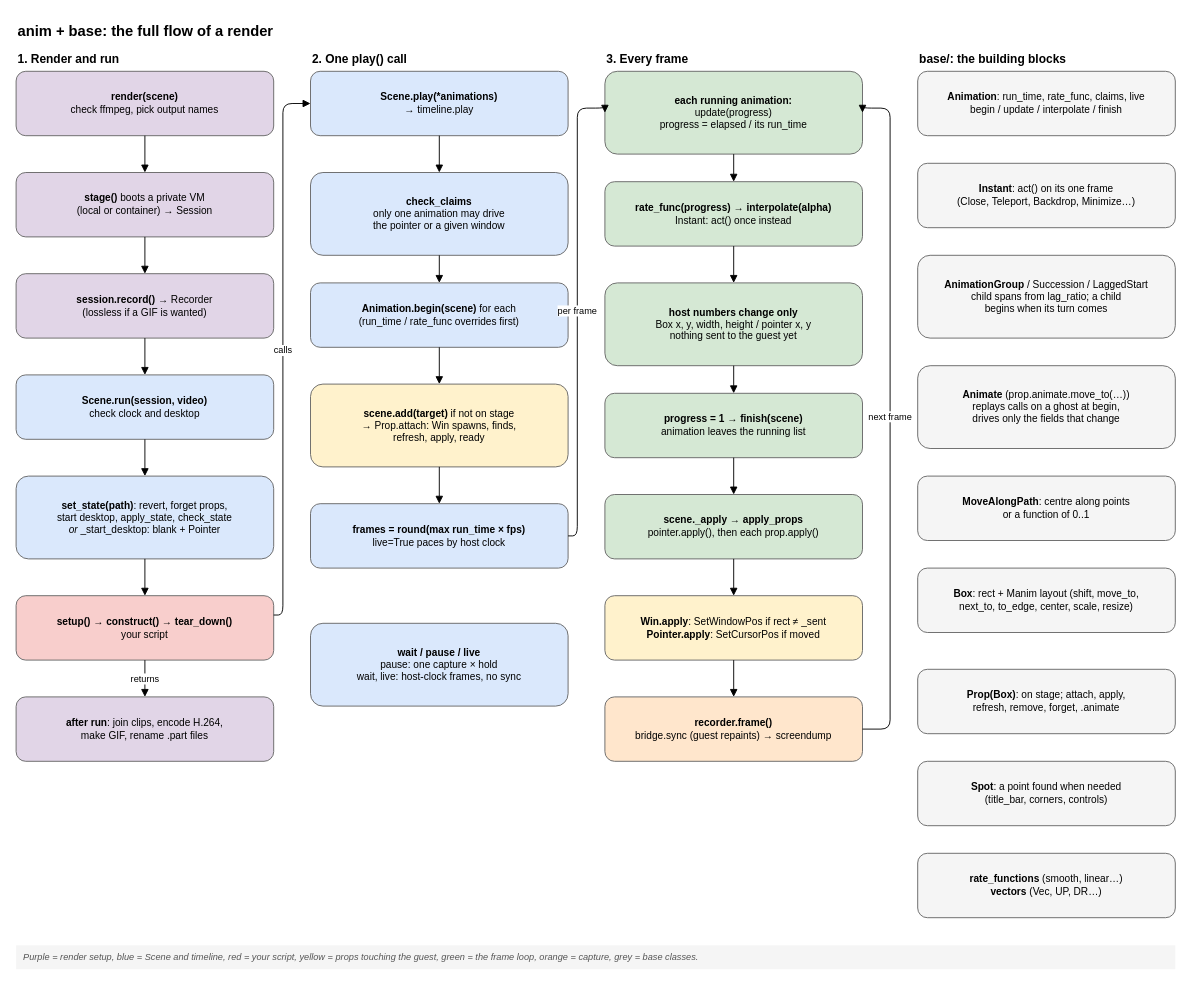
Above: page "anim + base: full flow" (2 of 10) of docs/diagrams/function-tree.drawio in StanLukuvka/98artware (draw.io), before the change. Source tidied: cells renumbered, new cells numbered last; positions are measured from the earlier drawing's top-left corner, leaving out a move shared by most shapes. Both pictures are drawn from the tidied source at 92%, with x=0, y=0 at pixel (16, 16).
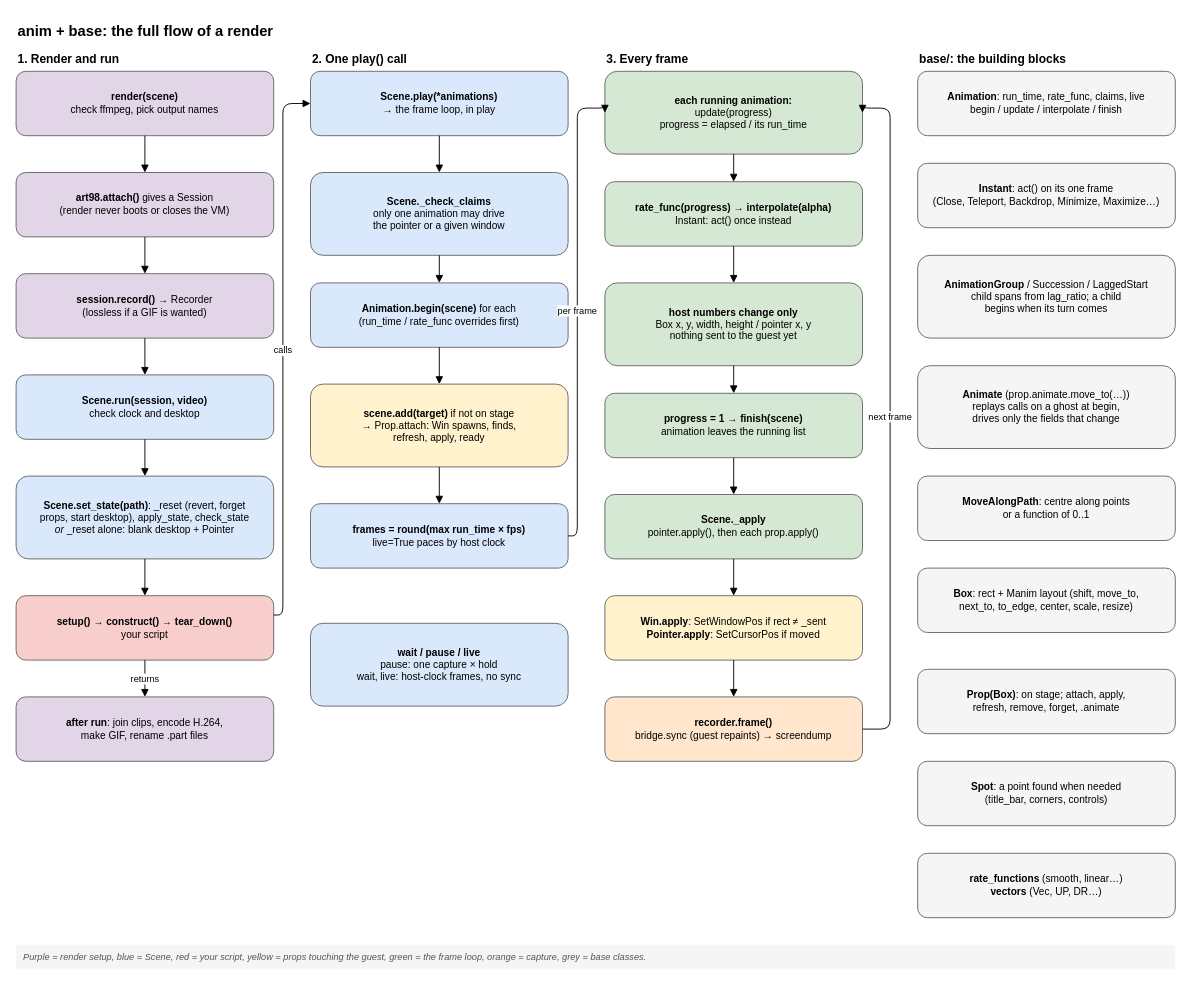
After the change.

Diff of the diagram source:
```diff
@@
-    <mxCell id="4" value="&lt;b&gt;stage()&lt;/b&gt; boots a private VM&lt;br&gt;(local or container) → Session" style="rounded=1;whiteSpace=wrap;html=1;fillColor=#e1d5e7;strokeColor=#666666;fontSize=11;" parent="1" vertex="1">
+    <mxCell id="4" value="&lt;b&gt;art98.attach()&lt;/b&gt; gives a Session&lt;br&gt;(render never boots or closes the VM)" style="rounded=1;whiteSpace=wrap;html=1;fillColor=#e1d5e7;strokeColor=#666666;fontSize=11;" parent="1" vertex="1">
       <mxGeometry y="170" width="280" height="70" as="geometry" />
     </mxCell>
@@
-    <mxCell id="7" value="&lt;b&gt;set_state(path)&lt;/b&gt;: revert, forget props,&lt;br&gt;start desktop, apply_state, check_state&lt;br&gt;&lt;i&gt;or&lt;/i&gt; _start_desktop: blank + Pointer" style="rounded=1;whiteSpace=wrap;html=1;fillColor=#dae8fc;strokeColor=#666666;fontSize=11;" parent="1" vertex="1">
+    <mxCell id="7" value="&lt;b&gt;Scene.set_state(path)&lt;/b&gt;: _reset (revert, forget&lt;br&gt;props, start desktop), apply_state, check_state&lt;br&gt;&lt;i&gt;or&lt;/i&gt; _reset alone: blank desktop + Pointer" style="rounded=1;whiteSpace=wrap;html=1;fillColor=#dae8fc;strokeColor=#666666;fontSize=11;" parent="1" vertex="1">
       <mxGeometry y="500" width="280" height="90" as="geometry" />
     </mxCell>
@@
-    <mxCell id="10" value="&lt;b&gt;Scene.play(*animations)&lt;/b&gt;&lt;br&gt;→ timeline.play" style="rounded=1;whiteSpace=wrap;html=1;fillColor=#dae8fc;strokeColor=#666666;fontSize=11;" parent="1" vertex="1">
+    <mxCell id="10" value="&lt;b&gt;Scene.play(*animations)&lt;/b&gt;&lt;br&gt;→ the frame loop, in play" style="rounded=1;whiteSpace=wrap;html=1;fillColor=#dae8fc;strokeColor=#666666;fontSize=11;" parent="1" vertex="1">
       <mxGeometry x="320" y="60" width="280" height="70" as="geometry" />
     </mxCell>
-    <mxCell id="11" value="&lt;b&gt;check_claims&lt;/b&gt;&lt;br&gt;only one animation may drive&lt;br&gt;the pointer or a given window" style="rounded=1;whiteSpace=wrap;html=1;fillColor=#dae8fc;strokeColor=#666666;fontSize=11;" parent="1" vertex="1">
+    <mxCell id="11" value="&lt;b&gt;Scene._check_claims&lt;/b&gt;&lt;br&gt;only one animation may drive&lt;br&gt;the pointer or a given window" style="rounded=1;whiteSpace=wrap;html=1;fillColor=#dae8fc;strokeColor=#666666;fontSize=11;" parent="1" vertex="1">
       <mxGeometry x="320" y="170" width="280" height="90" as="geometry" />
     </mxCell>
@@
-    <mxCell id="20" value="&lt;b&gt;scene._apply → apply_props&lt;/b&gt;&lt;br&gt;pointer.apply(), then each prop.apply()" style="rounded=1;whiteSpace=wrap;html=1;fillColor=#d5e8d4;strokeColor=#666666;fontSize=11;" parent="1" vertex="1">
+    <mxCell id="20" value="&lt;b&gt;Scene._apply&lt;/b&gt;&lt;br&gt;pointer.apply(), then each prop.apply()" style="rounded=1;whiteSpace=wrap;html=1;fillColor=#d5e8d4;strokeColor=#666666;fontSize=11;" parent="1" vertex="1">
       <mxGeometry x="640" y="520" width="280" height="70" as="geometry" />
     </mxCell>
@@
-    <mxCell id="24" value="&lt;b&gt;Instant&lt;/b&gt;: act() on its one frame&lt;br&gt;(Close, Teleport, Backdrop, Minimize…)" style="rounded=1;whiteSpace=wrap;html=1;fillColor=#f5f5f5;strokeColor=#666666;fontSize=11;" parent="1" vertex="1">
+    <mxCell id="24" value="&lt;b&gt;Instant&lt;/b&gt;: act() on its one frame&lt;br&gt;(Close, Teleport, Backdrop, Minimize, Maximize…)" style="rounded=1;whiteSpace=wrap;html=1;fillColor=#f5f5f5;strokeColor=#666666;fontSize=11;" parent="1" vertex="1">
       <mxGeometry x="980" y="160" width="280" height="70" as="geometry" />
     </mxCell>
@@
-    <mxCell id="55" value="Purple = render setup, blue = Scene and timeline, red = your script, yellow = props touching the guest, green = the frame loop, orange = capture, grey = base classes." style="text;html=1;align=left;verticalAlign=middle;spacingLeft=6;fontSize=10;fontStyle=2;fontColor=#555555;strokeColor=none;fillColor=#f5f5f5;" parent="1" vertex="1">
+    <mxCell id="55" value="Purple = render setup, blue = Scene, red = your script, yellow = props touching the guest, green = the frame loop, orange = capture, grey = base classes." style="text;html=1;align=left;verticalAlign=middle;spacingLeft=6;fontSize=10;fontStyle=2;fontColor=#555555;strokeColor=none;fillColor=#f5f5f5;" parent="1" vertex="1">
       <mxGeometry y="1010" width="1260" height="26" as="geometry" />
     </mxCell>
```
